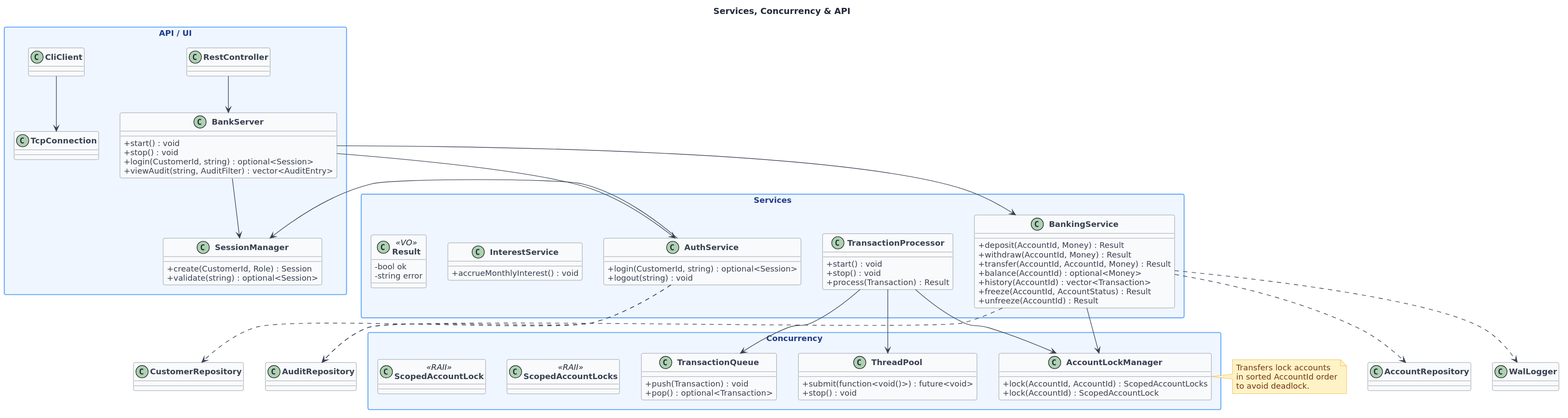
The PlantUML diagram docs/uml/class/04c_class_services.svg in alichlaifa/Bank_Managment_System, before a commit.
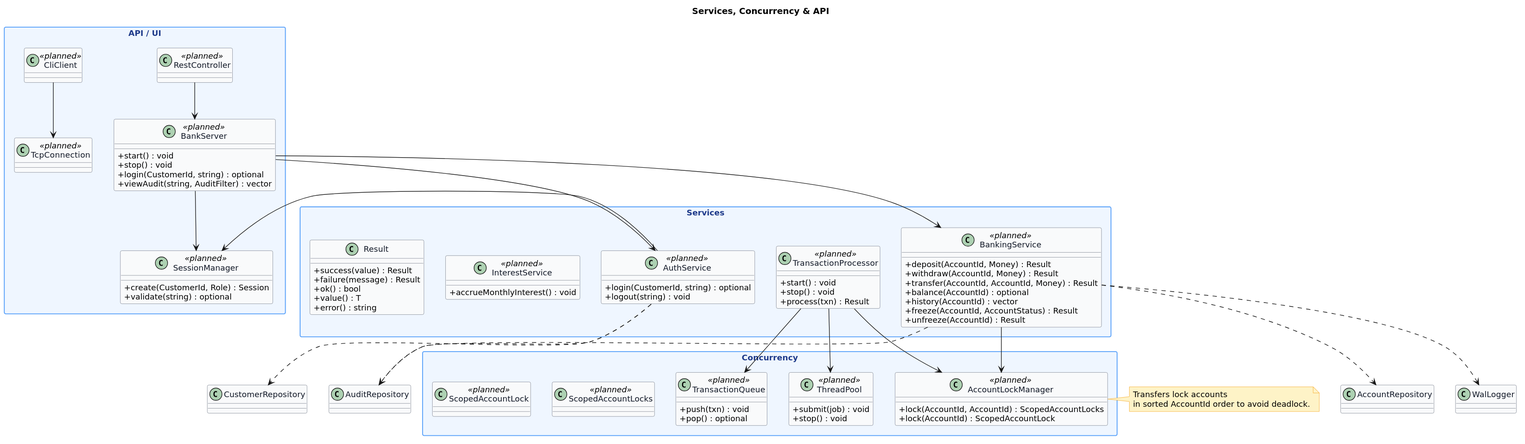
The same diagram one commit later.

The edit, as a diff of the source:
```diff
@@ -3,16 +3,9 @@
 skinparam shadowing false
 skinparam defaultFontName "DejaVu Sans"
 skinparam defaultFontSize 13
-skinparam defaultFontColor #1F2937
-skinparam ArrowColor #374151
-skinparam ArrowFontColor #111827
-skinparam ArrowFontSize 12
 skinparam classBackgroundColor #F9FAFB
 skinparam classBorderColor #6B7280
-skinparam classArrowColor #374151
 skinparam classFontColor #111827
-skinparam classFontStyle bold
-skinparam classAttributeFontColor #374151
 skinparam packageStyle rectangle
 skinparam packageBackgroundColor #EFF6FF
 skinparam packageBorderColor #60A5FA
@@ -20,89 +13,71 @@
 skinparam packageFontStyle bold
 skinparam noteBackgroundColor #FEF3C7
 skinparam noteBorderColor #F59E0B
-skinparam noteFontColor #78350F
-skinparam componentStyle rectangle
-skinparam componentBackgroundColor #ECFDF5
-skinparam componentBorderColor #34D399
-skinparam componentFontColor #065F46
-skinparam actorBackgroundColor #FCE7F3
-skinparam actorBorderColor #EC4899
-skinparam usecaseBackgroundColor #FEF2F2
-skinparam usecaseBorderColor #F87171
-skinparam sequenceLifeLineBackgroundColor #F3F4F6
-skinparam sequenceLifeLineBorderColor #9CA3AF
-skinparam sequenceParticipantBackgroundColor #DBEAFE
-skinparam sequenceParticipantBorderColor #2563EB
-skinparam sequenceArrowColor #374151
-skinparam stateBackgroundColor #F0FDF4
-skinparam stateBorderColor #16A34A
-skinparam stateFontColor #14532D
-skinparam activityBackgroundColor #FEF9C3
-skinparam activityBorderColor #EAB308
-skinparam databaseBackgroundColor #EDE9FE
-skinparam databaseBorderColor #7C3AED
+skinparam classAttributeIconSize 0
 title Services, Concurrency & API
-skinparam classAttributeIconSize 0
 
 package "Concurrency" {
-  class ThreadPool {
-    + submit(function<void()>) : future<void>
+  class ThreadPool <<planned>> {
+    + submit(job) : void
     + stop() : void
   }
-  class TransactionQueue {
-    + push(Transaction) : void
-    + pop() : optional<Transaction>
+  class TransactionQueue <<planned>> {
+    + push(txn) : void
+    + pop() : optional
   }
-  class AccountLockManager {
+  class AccountLockManager <<planned>> {
     + lock(AccountId, AccountId) : ScopedAccountLocks
     + lock(AccountId) : ScopedAccountLock
   }
-  class ScopedAccountLocks <<RAII>>
-  class ScopedAccountLock <<RAII>>
+  class ScopedAccountLocks <<planned>>
+  class ScopedAccountLock <<planned>>
 }
 
 package "Services" {
-  class AuthService {
-    + login(CustomerId, string) : optional<Session>
+  class AuthService <<planned>> {
+    + login(CustomerId, string) : optional
     + logout(string) : void
   }
-  class BankingService {
+  class BankingService <<planned>> {
     + deposit(AccountId, Money) : Result
     + withdraw(AccountId, Money) : Result
     + transfer(AccountId, AccountId, Money) : Result
-    + balance(AccountId) : optional<Money>
-    + history(AccountId) : vector<Transaction>
+    + balance(AccountId) : optional
+    + history(AccountId) : vector
     + freeze(AccountId, AccountStatus) : Result
     + unfreeze(AccountId) : Result
   }
-  class TransactionProcessor {
+  class TransactionProcessor <<planned>> {
     + start() : void
     + stop() : void
-    + process(Transaction) : Result
+    + process(txn) : Result
   }
-  class InterestService {
+  class InterestService <<planned>> {
     + accrueMonthlyInterest() : void
   }
-  class Result <<VO>> {
-    - bool ok
-    - string error
+  class Result {
+    + success(value) : Result
+    + failure(message) : Result
+    + ok() : bool
+    + value() : T
+    + error() : string
   }
 }
 
 package "API / UI" {
-  class BankServer {
+  class BankServer <<planned>> {
     + start() : void
     + stop() : void
-    + login(CustomerId, string) : optional<Session>
-    + viewAudit(string, AuditFilter) : vector<AuditEntry>
+    + login(CustomerId, string) : optional
+    + viewAudit(string, AuditFilter) : vector
   }
-  class SessionManager {
+  class SessionManager <<planned>> {
     + create(CustomerId, Role) : Session
-    + validate(string) : optional<Session>
+    + validate(string) : optional
   }
-  class TcpConnection
-  class RestController
-  class CliClient
+  class TcpConnection <<planned>>
+  class RestController <<planned>>
+  class CliClient <<planned>>
 }
 
 BankingService --> AccountLockManager
@@ -123,7 +98,6 @@
 
 note right of AccountLockManager
   Transfers lock accounts
-  in sorted AccountId order
-  to avoid deadlock.
+  in sorted AccountId order to avoid deadlock.
 end note
 @enduml
```
